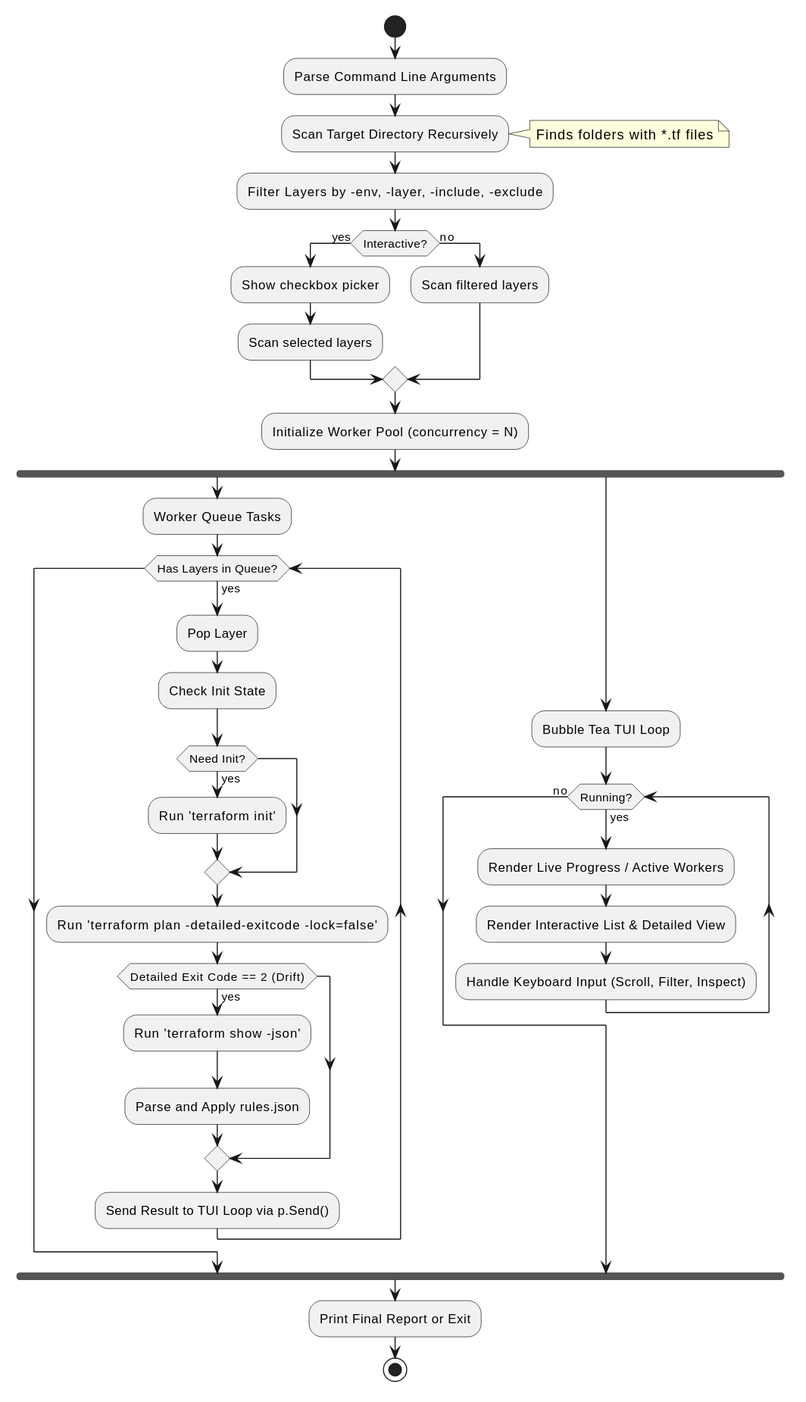
brunobrise/tf-drift keeps this PlantUML diagram as docs/specs/diagrams/019c0a6b28007abc/workflow.svg. Above is the earlier version.
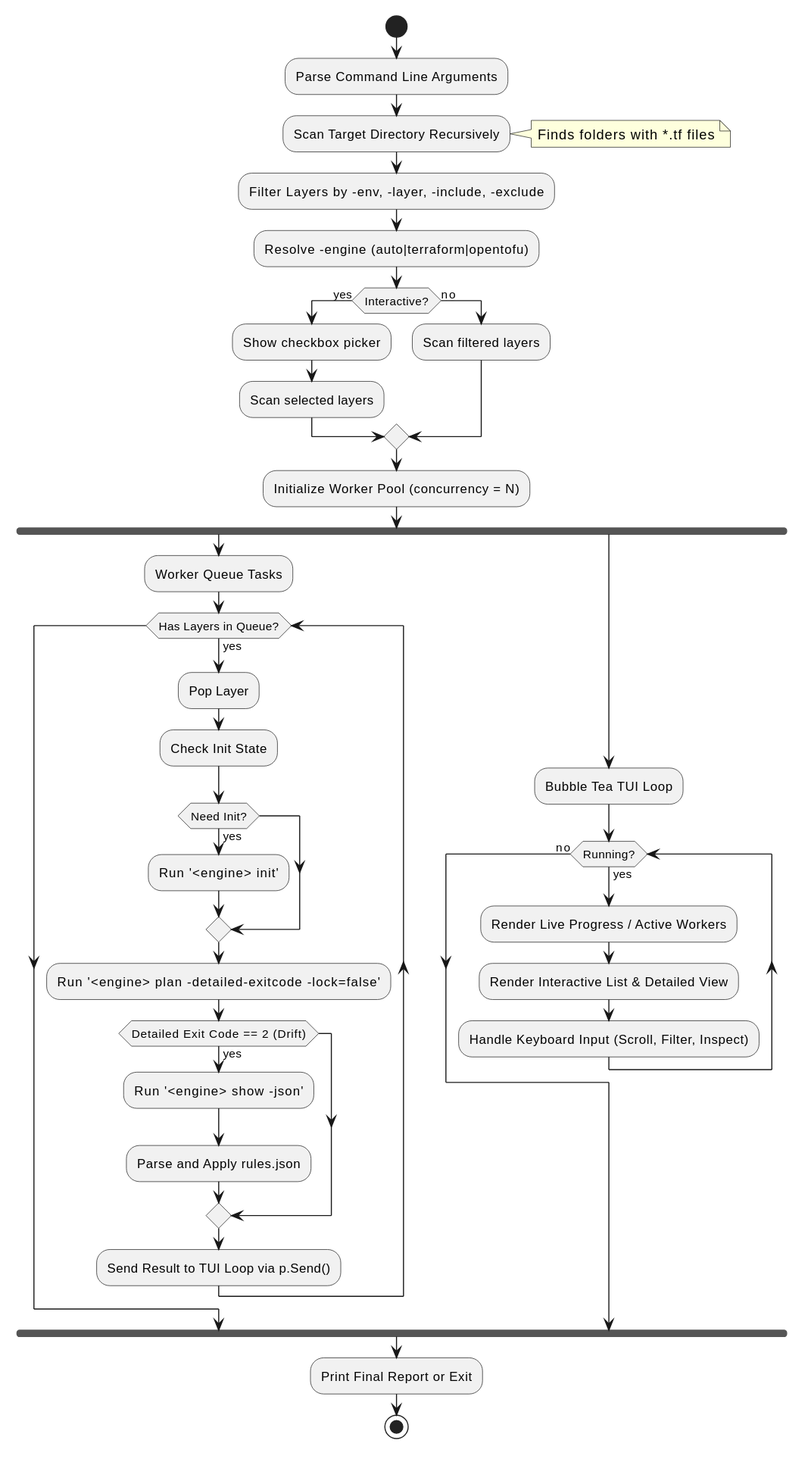
Later version of the same file.

Diff of the diagram source:
```diff
@@ -7,6 +7,7 @@
 :Scan Target Directory Recursively;
 note right: Finds folders with *.tf files
 :Filter Layers by -env, -layer, -include, -exclude;
+:Resolve -engine (auto|terraform|opentofu);
 if (Interactive?) then (yes)
   :Show checkbox picker;
   :Scan selected layers;
@@ -20,11 +21,11 @@
     :Pop Layer;
     :Check Init State;
     if (Need Init?) then (yes)
-      :Run 'terraform init';
+      :Run '<engine> init';
     endif
-    :Run 'terraform plan -detailed-exitcode -lock=false';
+    :Run '<engine> plan -detailed-exitcode -lock=false';
     if (Detailed Exit Code == 2 (Drift)) then (yes)
-      :Run 'terraform show -json';
+      :Run '<engine> show -json';
       :Parse and Apply rules.json;
     endif
     :Send Result to TUI Loop via p.Send();
```
